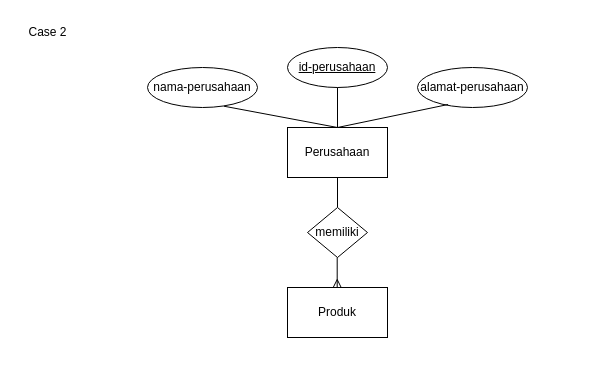
The draw.io diagram Untitled Diagram.drawio in MFaisal00359/Kamu-nanyeaa, before the edit. Source tidied: cells renumbered, new cells numbered last; positions are measured from the earlier drawing's top-left corner, leaving out a move shared by most shapes. Both pictures are drawn from the tidied source at 100%, with x=0, y=0 at pixel (17, 17).
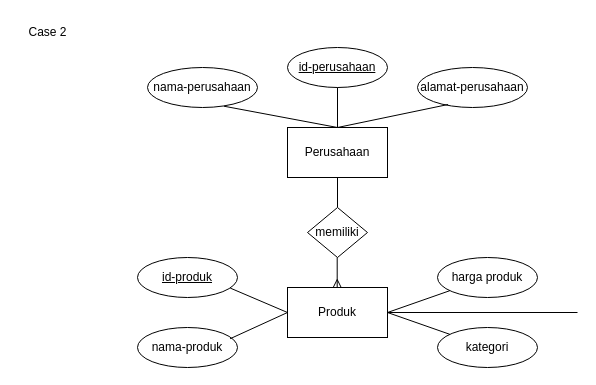
The same diagram, later.

The change refers to these unchanged cells:
```xml
<mxCell id="12" value="Produk" style="html=1;dashed=0;whiteSpace=wrap;" parent="1" vertex="1">
  <mxGeometry x="270" y="270" width="100" height="50" as="geometry" />
</mxCell>
```

The edit, as a diff of the source:
```diff
@@
+    <mxCell id="14" value="&lt;u&gt;id-produk&lt;/u&gt;" style="ellipse;whiteSpace=wrap;html=1;align=center;" parent="1" vertex="1">
+      <mxGeometry x="120" y="240" width="100" height="40" as="geometry" />
+    </mxCell>
+    <mxCell id="15" value="nama-produk" style="ellipse;whiteSpace=wrap;html=1;align=center;" parent="1" vertex="1">
+      <mxGeometry x="120" y="310" width="100" height="40" as="geometry" />
+    </mxCell>
+    <mxCell id="16" value="harga produk" style="ellipse;whiteSpace=wrap;html=1;align=center;" parent="1" vertex="1">
+      <mxGeometry x="420" y="240" width="100" height="40" as="geometry" />
+    </mxCell>
+    <mxCell id="17" value="kategori" style="ellipse;whiteSpace=wrap;html=1;align=center;" parent="1" vertex="1">
+      <mxGeometry x="420" y="310" width="100" height="40" as="geometry" />
+    </mxCell>
+    <mxCell id="18" style="endArrow=none;html=1;rounded=0;entryX=0;entryY=0.5;entryDx=0;entryDy=0;exitX=0.927;exitY=0.764;exitDx=0;exitDy=0;exitPerimeter=0;" parent="1" edge="1" source="14" target="12">
+      <mxGeometry relative="1" as="geometry" />
+    </mxCell>
+    <mxCell id="19" style="endArrow=none;html=1;rounded=0;entryX=0;entryY=0.5;entryDx=0;entryDy=0;exitX=0.926;exitY=0.281;exitDx=0;exitDy=0;exitPerimeter=0;" parent="1" edge="1" source="15" target="12">
+      <mxGeometry relative="1" as="geometry" />
+    </mxCell>
+    <mxCell id="20" style="endArrow=none;html=1;rounded=0;exitX=1;exitY=0.5;exitDx=0;exitDy=0;" parent="1" edge="1" source="12" target="16">
+      <mxGeometry relative="1" as="geometry" />
+    </mxCell>
+    <mxCell id="21" style="endArrow=none;html=1;rounded=0;exitX=1;exitY=0.5;exitDx=0;exitDy=0;" parent="1" edge="1" source="12" target="17">
+      <mxGeometry relative="1" as="geometry" />
+    </mxCell>
+    <mxCell id="22" style="endArrow=none;html=1;rounded=0;exitX=1;exitY=0.5;exitDx=0;exitDy=0;" parent="1" edge="1" source="12">
+      <mxGeometry relative="1" as="geometry">
+        <mxPoint x="560" y="295" as="targetPoint" />
+      </mxGeometry>
+    </mxCell>
```
